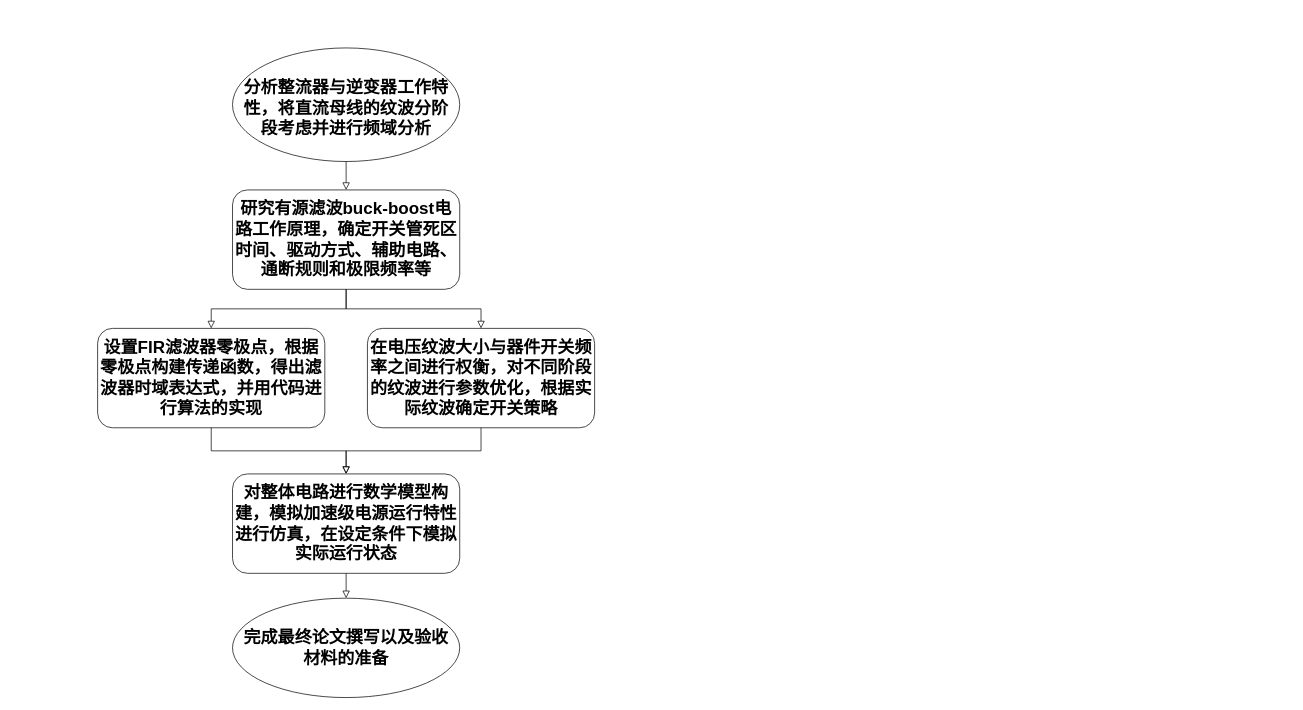
This is 开题答辩-实施方案.drawio from duzhenchang/diagrams, a draw.io file, before an edit. Source tidied: cells renumbered, new cells numbered last; positions are measured from the earlier drawing's top-left corner, leaving out a move shared by most shapes. Both pictures are drawn from the tidied source at 71%, with x=0, y=0 at pixel (97, 48).
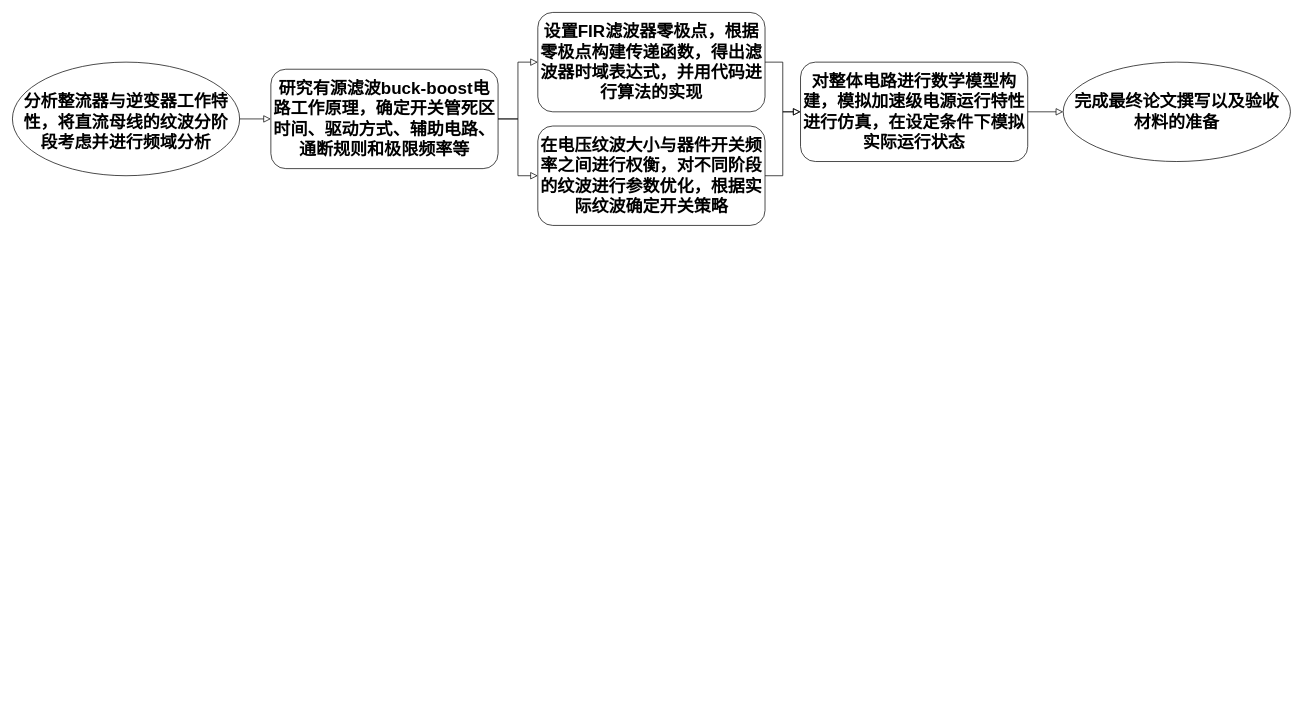
The same page after the edit.

Commit message:
删除判断，横版

What changed in the source:
```diff
@@
 <mxGraphModel>
   <root>
     <mxCell id="0" />
     <mxCell id="1" parent="0" />
     <mxCell id="2" value="&lt;font style=&quot;font-size: 24px;&quot;&gt;&lt;b&gt;研究有源滤波buck-boost电路工作原理，确定开关管死区时间、驱动方式、辅助电路、通断规则和极限频率等&lt;/b&gt;&lt;/font&gt;" style="rounded=1;whiteSpace=wrap;html=1;fontSize=12;glass=0;strokeWidth=1;shadow=0;" parent="1" vertex="1">
-      <mxGeometry x="190" y="200" width="320" height="140" as="geometry" />
+      <mxGeometry x="244" y="30" width="320" height="140" as="geometry" />
     </mxCell>
     <mxCell id="3" value="&lt;font style=&quot;font-size: 24px;&quot;&gt;&lt;b&gt;设置FIR滤波器零极点，根据零极点构建传递函数，得出滤波器时域表达式，并用代码进行算法的实现&lt;/b&gt;&lt;/font&gt;" style="rounded=1;whiteSpace=wrap;html=1;fontSize=12;glass=0;strokeWidth=1;shadow=0;" parent="1" vertex="1">
-      <mxGeometry y="395" width="320" height="140" as="geometry" />
+      <mxGeometry x="620" y="-50" width="320" height="140" as="geometry" />
     </mxCell>
     <mxCell id="4" value="&lt;font style=&quot;font-size: 24px;&quot;&gt;&lt;b&gt;在电压纹波大小与器件开关频率之间进行权衡，对不同阶段的纹波进行参数优化，根据实际纹波确定开关策略&lt;/b&gt;&lt;/font&gt;" style="rounded=1;whiteSpace=wrap;html=1;fontSize=12;glass=0;strokeWidth=1;shadow=0;" parent="1" vertex="1">
-      <mxGeometry x="380" y="395" width="320" height="140" as="geometry" />
+      <mxGeometry x="620" y="110" width="320" height="140" as="geometry" />
     </mxCell>
     <mxCell id="5" value="&lt;font style=&quot;font-size: 24px;&quot;&gt;&lt;b&gt;分析整流器与逆变器工作特性，将直流母线的纹波分阶段考虑并进行频域分析&lt;/b&gt;&lt;/font&gt;" style="ellipse;whiteSpace=wrap;html=1;spacingLeft=5;spacingRight=5;spacingTop=10;" parent="1" vertex="1">
-      <mxGeometry x="190" width="320" height="160" as="geometry" />
+      <mxGeometry x="-120" y="20" width="320" height="160" as="geometry" />
     </mxCell>
     <mxCell id="6" value="&lt;font style=&quot;font-size: 24px;&quot;&gt;&lt;b&gt;完成最终论文撰写以及验收材料的准备&lt;/b&gt;&lt;/font&gt;" style="ellipse;whiteSpace=wrap;html=1;spacingLeft=5;spacingRight=5;" parent="1" vertex="1">
-      <mxGeometry x="190" y="775" width="320" height="140" as="geometry" />
+      <mxGeometry x="1360" y="20" width="320" height="140" as="geometry" />
     </mxCell>
     <mxCell id="7" value="&lt;font style=&quot;font-size: 24px;&quot;&gt;&lt;b&gt;对整体电路进行数学模型构建，模拟加速级电源运行特性进行仿真，在设定条件下模拟实际运行状态&lt;/b&gt;&lt;/font&gt;" style="rounded=1;whiteSpace=wrap;html=1;fontSize=12;glass=0;strokeWidth=1;shadow=0;" parent="1" vertex="1">
-      <mxGeometry x="190" y="600" width="320" height="140" as="geometry" />
+      <mxGeometry x="990" y="20" width="320" height="140" as="geometry" />
     </mxCell>
+    <mxCell id="9" style="rounded=0;html=1;jettySize=auto;fontSize=11;endArrow=block;endFill=0;endSize=8;strokeWidth=1;shadow=0;labelBackgroundColor=none;edgeStyle=orthogonalEdgeStyle;exitX=1;exitY=0.5;exitDx=0;exitDy=0;entryX=0;entryY=0.5;entryDx=0;entryDy=0;" parent="1" edge="1" source="5" target="2">
+      <mxGeometry relative="1" as="geometry" />
+    </mxCell>
-    <mxCell id="8" style="rounded=0;html=1;jettySize=auto;fontSize=11;endArrow=block;endFill=0;endSize=8;strokeWidth=1;shadow=0;labelBackgroundColor=none;edgeStyle=orthogonalEdgeStyle;exitX=0.5;exitY=1;exitDx=0;exitDy=0;entryX=0.5;entryY=0;entryDx=0;entryDy=0;" parent="1" edge="1" source="2" target="3">
+    <mxCell id="8" style="rounded=0;html=1;jettySize=auto;fontSize=11;endArrow=block;endFill=0;endSize=8;strokeWidth=1;shadow=0;labelBackgroundColor=none;edgeStyle=orthogonalEdgeStyle;exitX=1;exitY=0.5;exitDx=0;exitDy=0;entryX=0;entryY=0.5;entryDx=0;entryDy=0;" parent="1" edge="1" source="2" target="3">
       <mxGeometry relative="1" as="geometry" />
     </mxCell>
-    <mxCell id="9" style="rounded=0;html=1;jettySize=auto;fontSize=11;endArrow=block;endFill=0;endSize=8;strokeWidth=1;shadow=0;labelBackgroundColor=none;edgeStyle=orthogonalEdgeStyle;exitX=0.5;exitY=1;exitDx=0;exitDy=0;entryX=0.5;entryY=0;entryDx=0;entryDy=0;" parent="1" edge="1" source="5" target="2">
-      <mxGeometry relative="1" as="geometry" />
-    </mxCell>
-    <mxCell id="10" style="rounded=0;html=1;jettySize=auto;fontSize=11;endArrow=block;endFill=0;endSize=8;strokeWidth=1;shadow=0;labelBackgroundColor=none;edgeStyle=orthogonalEdgeStyle;exitX=0.5;exitY=1;exitDx=0;exitDy=0;entryX=0.5;entryY=0;entryDx=0;entryDy=0;" parent="1" edge="1" source="2" target="4">
+    <mxCell id="10" style="rounded=0;html=1;jettySize=auto;fontSize=11;endArrow=block;endFill=0;endSize=8;strokeWidth=1;shadow=0;labelBackgroundColor=none;edgeStyle=orthogonalEdgeStyle;exitX=1;exitY=0.5;exitDx=0;exitDy=0;entryX=0;entryY=0.5;entryDx=0;entryDy=0;" parent="1" edge="1" source="2" target="4">
       <mxGeometry relative="1" as="geometry" />
     </mxCell>
-    <mxCell id="11" style="rounded=0;html=1;jettySize=auto;fontSize=11;endArrow=block;endFill=0;endSize=8;strokeWidth=1;shadow=0;labelBackgroundColor=none;edgeStyle=orthogonalEdgeStyle;exitX=0.5;exitY=1;exitDx=0;exitDy=0;entryX=0.5;entryY=0;entryDx=0;entryDy=0;" parent="1" edge="1" source="3" target="7">
+    <mxCell id="11" style="rounded=0;html=1;jettySize=auto;fontSize=11;endArrow=block;endFill=0;endSize=8;strokeWidth=1;shadow=0;labelBackgroundColor=none;edgeStyle=orthogonalEdgeStyle;exitX=1;exitY=0.5;exitDx=0;exitDy=0;entryX=0;entryY=0.5;entryDx=0;entryDy=0;" parent="1" edge="1" source="3" target="7">
       <mxGeometry relative="1" as="geometry" />
     </mxCell>
-    <mxCell id="12" style="rounded=0;html=1;jettySize=auto;fontSize=11;endArrow=block;endFill=0;endSize=8;strokeWidth=1;shadow=0;labelBackgroundColor=none;edgeStyle=orthogonalEdgeStyle;exitX=0.5;exitY=1;exitDx=0;exitDy=0;entryX=0.5;entryY=0;entryDx=0;entryDy=0;" parent="1" edge="1" source="4" target="7">
+    <mxCell id="12" style="rounded=0;html=1;jettySize=auto;fontSize=11;endArrow=block;endFill=0;endSize=8;strokeWidth=1;shadow=0;labelBackgroundColor=none;edgeStyle=orthogonalEdgeStyle;exitX=1;exitY=0.5;exitDx=0;exitDy=0;entryX=0;entryY=0.5;entryDx=0;entryDy=0;" parent="1" edge="1" source="4" target="7">
       <mxGeometry relative="1" as="geometry" />
     </mxCell>
-    <mxCell id="13" style="rounded=0;html=1;jettySize=auto;fontSize=11;endArrow=block;endFill=0;endSize=8;strokeWidth=1;shadow=0;labelBackgroundColor=none;edgeStyle=orthogonalEdgeStyle;exitX=0.5;exitY=1;exitDx=0;exitDy=0;entryX=0.5;entryY=0;entryDx=0;entryDy=0;" parent="1" edge="1" source="7" target="6">
+    <mxCell id="13" style="rounded=0;html=1;jettySize=auto;fontSize=11;endArrow=block;endFill=0;endSize=8;strokeWidth=1;shadow=0;labelBackgroundColor=none;edgeStyle=orthogonalEdgeStyle;exitX=1;exitY=0.5;exitDx=0;exitDy=0;entryX=0;entryY=0.5;entryDx=0;entryDy=0;" parent="1" edge="1" source="7" target="6">
       <mxGeometry relative="1" as="geometry" />
     </mxCell>
   </root>
 </mxGraphModel>
```
